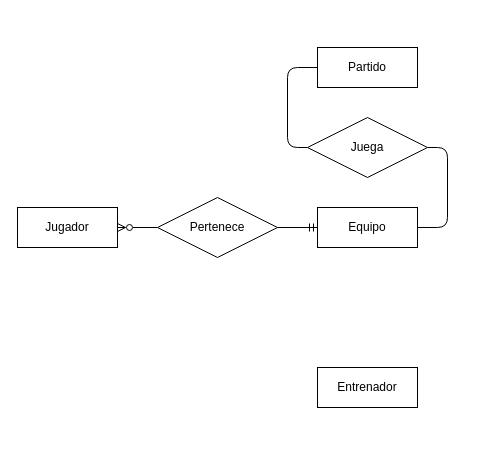
Before: Examen-Parcial-1.drawio in xmr-p/DatabaseCharts, a draw.io diagram. Source tidied: cells renumbered, new cells numbered last; positions are measured from the earlier drawing's top-left corner, leaving out a move shared by most shapes. Both pictures are drawn from the tidied source at 100%, with x=0, y=0 at pixel (17, 47).
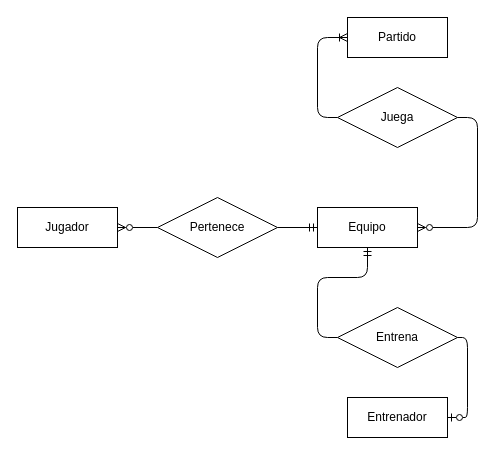
The same diagram, later.

Diff of the diagram source:
```diff
@@
 <mxGraphModel>
   <root>
     <mxCell id="0" />
     <mxCell id="1" parent="0" />
     <mxCell id="2" value="Partido" style="whiteSpace=wrap;html=1;align=center;" parent="1" vertex="1">
-      <mxGeometry x="300" width="100" height="40" as="geometry" />
+      <mxGeometry x="330" y="-30" width="100" height="40" as="geometry" />
     </mxCell>
     <mxCell id="3" style="edgeStyle=orthogonalEdgeStyle;rounded=1;jettySize=auto;html=1;exitX=1;exitY=0.5;exitDx=0;exitDy=0;entryX=0;entryY=0.5;entryDx=0;entryDy=0;endArrow=none;endFill=0;curved=0;startArrow=ERzeroToMany;startFill=0;" parent="1" edge="1" source="4" target="8">
       <mxGeometry relative="1" as="geometry" />
     </mxCell>
     <mxCell id="4" value="Jugador" style="whiteSpace=wrap;html=1;align=center;" parent="1" vertex="1">
       <mxGeometry y="160" width="100" height="40" as="geometry" />
     </mxCell>
     <mxCell id="5" value="Equipo" style="whiteSpace=wrap;html=1;align=center;" parent="1" vertex="1">
       <mxGeometry x="300" y="160" width="100" height="40" as="geometry" />
     </mxCell>
+    <mxCell id="12" style="edgeStyle=orthogonalEdgeStyle;rounded=1;jettySize=auto;html=1;exitX=1;exitY=0.5;exitDx=0;exitDy=0;entryX=1;entryY=0.5;entryDx=0;entryDy=0;endArrow=none;endFill=0;curved=0;startArrow=ERzeroToOne;startFill=0;" parent="1" edge="1" source="6" target="14">
+      <mxGeometry relative="1" as="geometry" />
+    </mxCell>
     <mxCell id="6" value="Entrenador" style="whiteSpace=wrap;html=1;align=center;" parent="1" vertex="1">
-      <mxGeometry x="300" y="320" width="100" height="40" as="geometry" />
+      <mxGeometry x="330" y="350" width="100" height="40" as="geometry" />
     </mxCell>
     <mxCell id="7" style="edgeStyle=orthogonalEdgeStyle;rounded=1;jettySize=auto;html=1;exitX=1;exitY=0.5;exitDx=0;exitDy=0;entryX=0;entryY=0.5;entryDx=0;entryDy=0;curved=0;endArrow=ERmandOne;endFill=0;" parent="1" edge="1" source="8" target="5">
       <mxGeometry relative="1" as="geometry" />
     </mxCell>
     <mxCell id="8" value="Pertenece" style="shape=rhombus;perimeter=rhombusPerimeter;whiteSpace=wrap;html=1;align=center;" parent="1" vertex="1">
       <mxGeometry x="140" y="150" width="120" height="60" as="geometry" />
     </mxCell>
-    <mxCell id="9" style="edgeStyle=orthogonalEdgeStyle;rounded=1;jettySize=auto;html=1;exitX=1;exitY=0.5;exitDx=0;exitDy=0;entryX=1;entryY=0.5;entryDx=0;entryDy=0;curved=0;endArrow=none;endFill=0;" parent="1" edge="1" source="11" target="5">
+    <mxCell id="9" style="edgeStyle=orthogonalEdgeStyle;rounded=1;jettySize=auto;html=1;exitX=1;exitY=0.5;exitDx=0;exitDy=0;entryX=1;entryY=0.5;entryDx=0;entryDy=0;curved=0;endArrow=ERzeroToMany;endFill=0;startArrow=none;startFill=0;" parent="1" edge="1" source="11" target="5">
       <mxGeometry relative="1" as="geometry" />
     </mxCell>
-    <mxCell id="10" style="edgeStyle=orthogonalEdgeStyle;rounded=1;jettySize=auto;html=1;exitX=0;exitY=0.5;exitDx=0;exitDy=0;entryX=0;entryY=0.5;entryDx=0;entryDy=0;curved=0;endArrow=none;endFill=0;" parent="1" edge="1" source="11" target="2">
+    <mxCell id="10" style="edgeStyle=orthogonalEdgeStyle;rounded=1;jettySize=auto;html=1;exitX=0;exitY=0.5;exitDx=0;exitDy=0;entryX=0;entryY=0.5;entryDx=0;entryDy=0;curved=0;endArrow=ERoneToMany;endFill=0;" parent="1" edge="1" source="11" target="2">
       <mxGeometry relative="1" as="geometry" />
     </mxCell>
     <mxCell id="11" value="Juega" style="shape=rhombus;perimeter=rhombusPerimeter;whiteSpace=wrap;html=1;align=center;" parent="1" vertex="1">
-      <mxGeometry x="290" y="70" width="120" height="60" as="geometry" />
+      <mxGeometry x="320" y="40" width="120" height="60" as="geometry" />
     </mxCell>
+    <mxCell id="13" style="edgeStyle=orthogonalEdgeStyle;rounded=1;jettySize=auto;html=1;exitX=0;exitY=0.5;exitDx=0;exitDy=0;entryX=0.5;entryY=1;entryDx=0;entryDy=0;curved=0;endArrow=ERmandOne;endFill=0;" parent="1" edge="1" source="14" target="5">
+      <mxGeometry relative="1" as="geometry" />
+    </mxCell>
+    <mxCell id="14" value="Entrena" style="shape=rhombus;perimeter=rhombusPerimeter;whiteSpace=wrap;html=1;align=center;" parent="1" vertex="1">
+      <mxGeometry x="320" y="260" width="120" height="60" as="geometry" />
+    </mxCell>
   </root>
 </mxGraphModel>
```
